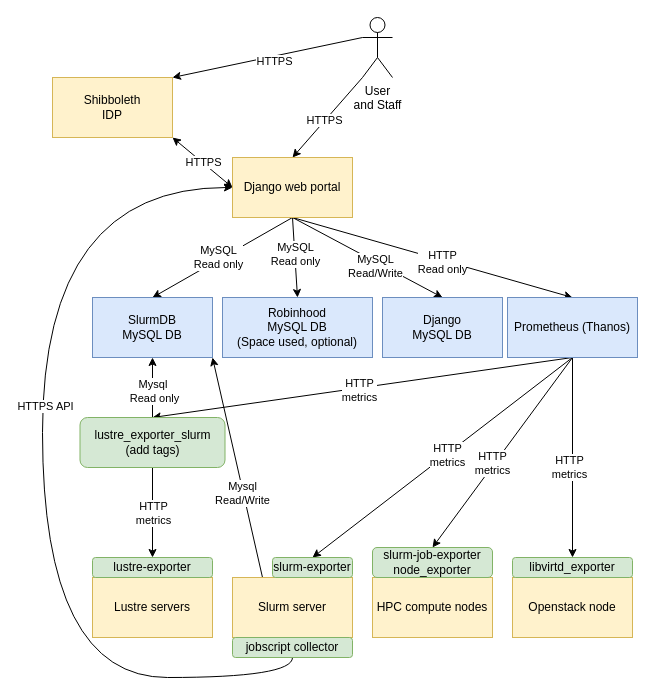
Before: docs/userportal.drawio in guilbaults/TrailblazingTurtle, a draw.io diagram. Source tidied: cells renumbered, new cells numbered last; positions are measured from the earlier drawing's top-left corner, leaving out a move shared by most shapes. Both pictures are drawn from the tidied source at 100%, with x=0, y=0 at pixel (42, 17).
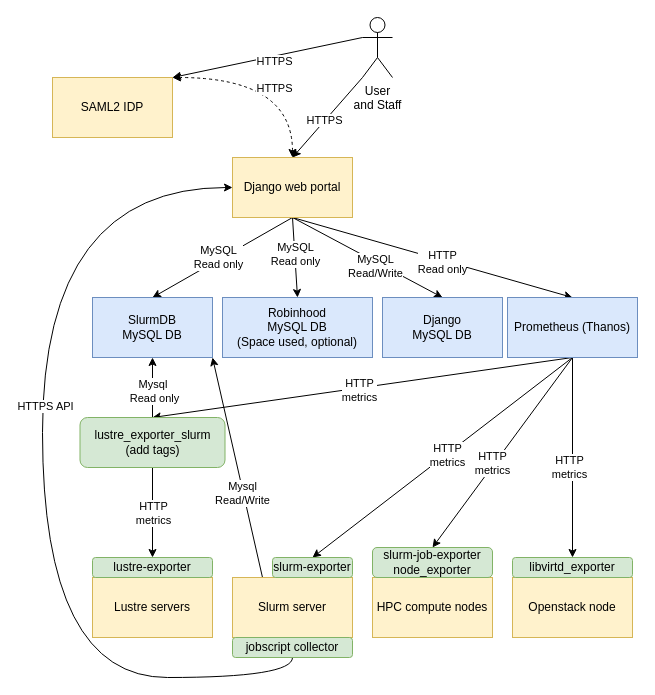
After the change.

Commit message (it also covers changes not shown here):
Fixing SAML auth flow in the diagram, the IDP does not connect to the portal directly

Unchanged cells that the change refers to:
```xml
<mxCell id="17" value="Django web portal" style="rounded=0;whiteSpace=wrap;html=1;fillColor=#fff2cc;strokeColor=#d6b656;" parent="1" vertex="1">
  <mxGeometry x="190" y="140" width="120" height="60" as="geometry" />
</mxCell>
```

What changed in the source:
```diff
@@
-    <mxCell id="13" style="edgeStyle=none;rounded=0;jettySize=auto;html=1;exitX=0;exitY=0.5;exitDx=0;exitDy=0;entryX=1;entryY=1;entryDx=0;entryDy=0;startArrow=classic;startFill=1;" parent="1" edge="1" source="17" target="38">
-      <mxGeometry relative="1" as="geometry" />
-    </mxCell>
-    <mxCell id="14" value="HTTPS" style="edgeLabel;html=1;align=center;verticalAlign=middle;" parent="13" vertex="1">
-      <mxGeometry y="-1" relative="1" as="geometry" />
-    </mxCell>
@@
+    <mxCell id="49" style="edgeStyle=orthogonalEdgeStyle;curved=1;rounded=0;jettySize=auto;html=1;exitX=1;exitY=0;exitDx=0;exitDy=0;entryX=0.5;entryY=0;entryDx=0;entryDy=0;startArrow=classic;startFill=1;dashed=1;" parent="1" edge="1" source="38" target="17">
+      <mxGeometry relative="1" as="geometry">
+        <Array as="points">
+          <mxPoint x="250" y="60" />
+        </Array>
+      </mxGeometry>
+    </mxCell>
+    <mxCell id="14" value="HTTPS" style="edgeLabel;html=1;align=center;verticalAlign=middle;" parent="49" vertex="1">
+      <mxGeometry x="-0.13" y="-10" relative="1" as="geometry">
+        <mxPoint x="14" as="offset" />
+      </mxGeometry>
+    </mxCell>
-    <mxCell id="38" value="Shibboleth&lt;br&gt;IDP" style="rounded=0;whiteSpace=wrap;html=1;fillColor=#fff2cc;strokeColor=#d6b656;" parent="1" vertex="1">
+    <mxCell id="38" value="SAML2 IDP" style="rounded=0;whiteSpace=wrap;html=1;fillColor=#fff2cc;strokeColor=#d6b656;" parent="1" vertex="1">
       <mxGeometry x="10" y="60" width="120" height="60" as="geometry" />
     </mxCell>
```
